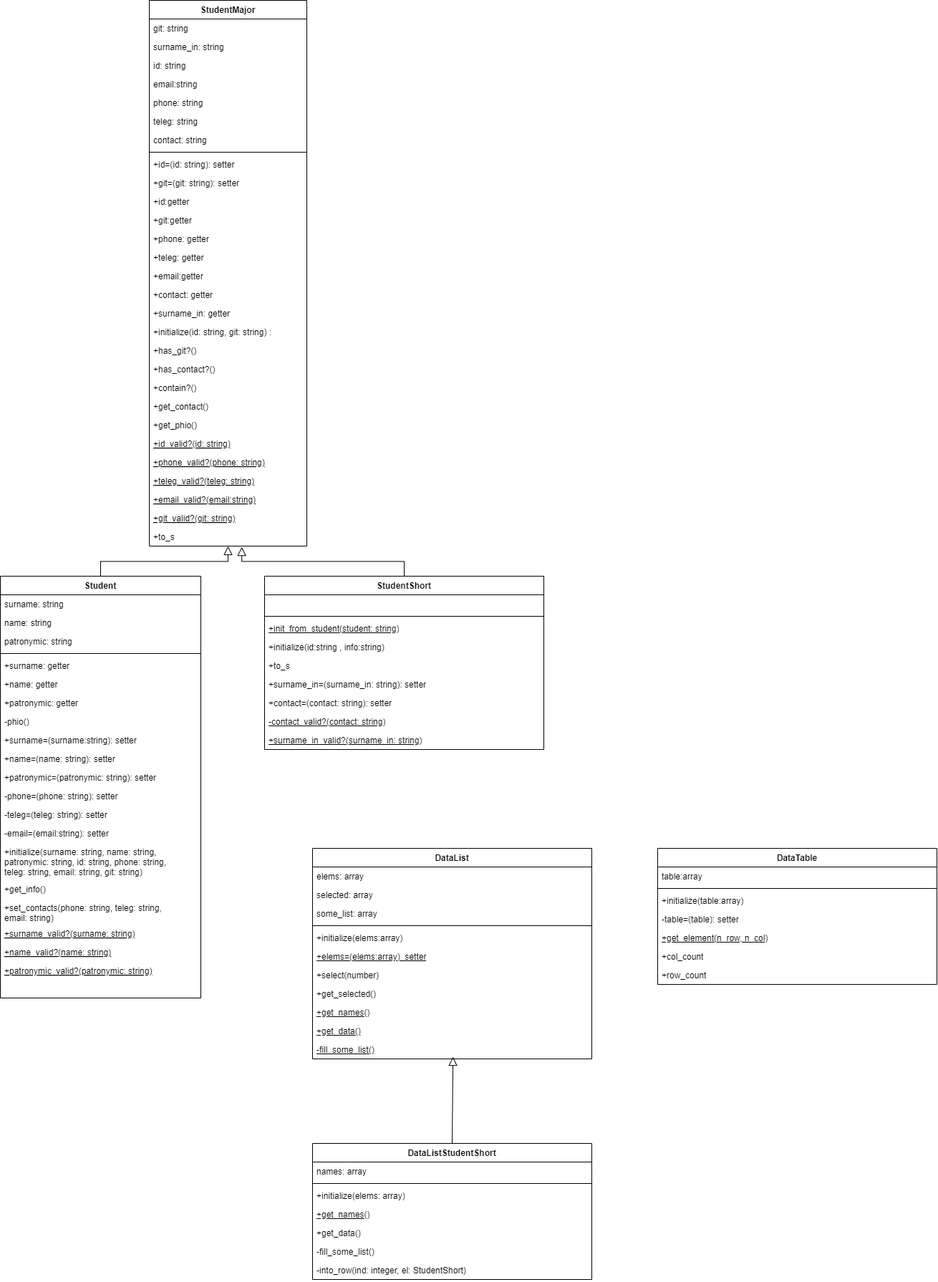
Before: Students/Диаграмма_классов_student.png, a diagram exported from draw.io (xchall/Ruby-tasks). Source tidied: cells renumbered, new cells last; positions are measured from the earlier drawing's top-left corner, leaving out a move shared by most shapes.
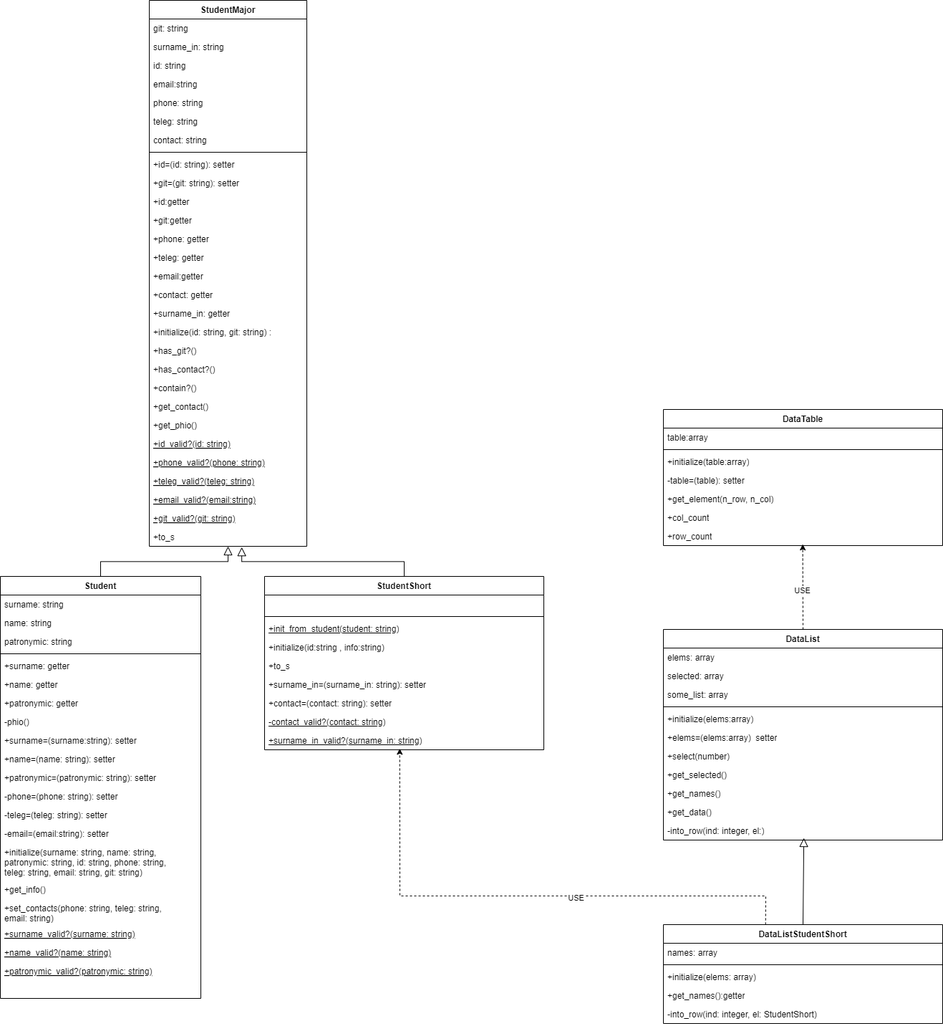
The same file after the commit.

Commit message:
Лаб4.1.10 Исправлена диаграмма классов

Change to the diagram source:
```diff
@@ -192,7 +192,7 @@
       <mxGeometry relative="1" as="geometry" />
     </mxCell>
     <mxCell id="65" value="DataTable" style="swimlane;fontStyle=1;align=center;verticalAlign=top;horizontal=1;startSize=26;whiteSpace=wrap;html=1;" parent="1" vertex="1">
-      <mxGeometry x="918" y="1184" width="390" height="190" as="geometry" />
+      <mxGeometry x="926" y="571" width="390" height="190" as="geometry" />
     </mxCell>
     <mxCell id="66" value="&lt;span style=&quot;text-wrap: nowrap;&quot;&gt;table:array&lt;/span&gt;" style="text;strokeColor=none;fillColor=none;align=left;verticalAlign=top;spacingLeft=4;spacingRight=4;overflow=hidden;whiteSpace=wrap;html=1;" parent="65" vertex="1">
       <mxGeometry y="26" width="390" height="26" as="geometry" />
@@ -206,7 +206,7 @@
     <mxCell id="69" value="-table=(table): setter" style="text;strokeColor=none;fillColor=none;align=left;verticalAlign=top;spacingLeft=4;spacingRight=4;overflow=hidden;whiteSpace=wrap;html=1;" parent="65" vertex="1">
       <mxGeometry y="86" width="390" height="26" as="geometry" />
     </mxCell>
-    <mxCell id="70" value="+get_element(n_row, n_col)" style="text;strokeColor=none;fillColor=none;align=left;verticalAlign=top;spacingLeft=4;spacingRight=4;overflow=hidden;whiteSpace=wrap;html=1;fontStyle=4;" parent="65" vertex="1">
+    <mxCell id="70" value="+get_element(n_row, n_col)" style="text;strokeColor=none;fillColor=none;align=left;verticalAlign=top;spacingLeft=4;spacingRight=4;overflow=hidden;whiteSpace=wrap;html=1;fontStyle=0;" parent="65" vertex="1">
       <mxGeometry y="112" width="390" height="26" as="geometry" />
     </mxCell>
     <mxCell id="71" value="+col_count" style="text;strokeColor=none;fillColor=none;align=left;verticalAlign=top;spacingLeft=4;spacingRight=4;overflow=hidden;whiteSpace=wrap;html=1;" parent="65" vertex="1">
@@ -216,7 +216,7 @@
       <mxGeometry y="164" width="390" height="26" as="geometry" />
     </mxCell>
     <mxCell id="73" value="DataList" style="swimlane;fontStyle=1;align=center;verticalAlign=top;horizontal=1;startSize=26;whiteSpace=wrap;html=1;" parent="1" vertex="1">
-      <mxGeometry x="436" y="1184" width="390" height="294" as="geometry" />
+      <mxGeometry x="926" y="878" width="390" height="294" as="geometry" />
     </mxCell>
     <mxCell id="74" value="&lt;span style=&quot;text-wrap: nowrap;&quot;&gt;elems: array&lt;/span&gt;" style="text;strokeColor=none;fillColor=none;align=left;verticalAlign=top;spacingLeft=4;spacingRight=4;overflow=hidden;whiteSpace=wrap;html=1;" parent="73" vertex="1">
       <mxGeometry y="26" width="390" height="26" as="geometry" />
@@ -233,7 +233,7 @@
     <mxCell id="78" value="+initialize(elems:array)" style="text;strokeColor=none;fillColor=none;align=left;verticalAlign=top;spacingLeft=4;spacingRight=4;overflow=hidden;whiteSpace=wrap;html=1;" parent="73" vertex="1">
       <mxGeometry y="112" width="390" height="26" as="geometry" />
     </mxCell>
-    <mxCell id="79" value="+elems=(elems:array)&amp;nbsp; setter" style="text;strokeColor=none;fillColor=none;align=left;verticalAlign=top;spacingLeft=4;spacingRight=4;overflow=hidden;whiteSpace=wrap;html=1;fontStyle=4;" parent="73" vertex="1">
+    <mxCell id="79" value="+elems=(elems:array)&amp;nbsp; setter" style="text;strokeColor=none;fillColor=none;align=left;verticalAlign=top;spacingLeft=4;spacingRight=4;overflow=hidden;whiteSpace=wrap;html=1;fontStyle=0;" parent="73" vertex="1">
       <mxGeometry y="138" width="390" height="26" as="geometry" />
     </mxCell>
     <mxCell id="80" value="+select(number)" style="text;strokeColor=none;fillColor=none;align=left;verticalAlign=top;spacingLeft=4;spacingRight=4;overflow=hidden;whiteSpace=wrap;html=1;" parent="73" vertex="1">
@@ -242,17 +242,17 @@
     <mxCell id="81" value="+get_selected()" style="text;strokeColor=none;fillColor=none;align=left;verticalAlign=top;spacingLeft=4;spacingRight=4;overflow=hidden;whiteSpace=wrap;html=1;" parent="73" vertex="1">
       <mxGeometry y="190" width="390" height="26" as="geometry" />
     </mxCell>
-    <mxCell id="82" value="+get_names()" style="text;strokeColor=none;fillColor=none;align=left;verticalAlign=top;spacingLeft=4;spacingRight=4;overflow=hidden;whiteSpace=wrap;html=1;fontStyle=4;" parent="73" vertex="1">
+    <mxCell id="82" value="+get_names()" style="text;strokeColor=none;fillColor=none;align=left;verticalAlign=top;spacingLeft=4;spacingRight=4;overflow=hidden;whiteSpace=wrap;html=1;fontStyle=0;" parent="73" vertex="1">
       <mxGeometry y="216" width="390" height="26" as="geometry" />
     </mxCell>
-    <mxCell id="83" value="+get_data()" style="text;strokeColor=none;fillColor=none;align=left;verticalAlign=top;spacingLeft=4;spacingRight=4;overflow=hidden;whiteSpace=wrap;html=1;fontStyle=4;" parent="73" vertex="1">
+    <mxCell id="83" value="+get_data()" style="text;strokeColor=none;fillColor=none;align=left;verticalAlign=top;spacingLeft=4;spacingRight=4;overflow=hidden;whiteSpace=wrap;html=1;fontStyle=0;" parent="73" vertex="1">
       <mxGeometry y="242" width="390" height="26" as="geometry" />
     </mxCell>
-    <mxCell id="84" value="-fill_some_list()" style="text;strokeColor=none;fillColor=none;align=left;verticalAlign=top;spacingLeft=4;spacingRight=4;overflow=hidden;points=[[0,0.5],[1,0.5]];portConstraint=eastwest;whiteSpace=wrap;html=1;fontStyle=4;" parent="73" vertex="1">
+    <mxCell id="84" value="-into_row(ind: integer, el:)" style="text;strokeColor=none;fillColor=none;align=left;verticalAlign=top;spacingLeft=4;spacingRight=4;overflow=hidden;points=[[0,0.5],[1,0.5]];portConstraint=eastwest;whiteSpace=wrap;html=1;fontStyle=0;" parent="73" vertex="1">
       <mxGeometry y="268" width="390" height="26" as="geometry" />
     </mxCell>
     <mxCell id="85" value="DataListStudentShort" style="swimlane;fontStyle=1;align=center;verticalAlign=top;horizontal=1;startSize=26;whiteSpace=wrap;html=1;" parent="1" vertex="1">
-      <mxGeometry x="436" y="1596" width="390" height="190" as="geometry" />
+      <mxGeometry x="926" y="1290" width="390" height="138" as="geometry" />
     </mxCell>
     <mxCell id="86" value="&lt;span style=&quot;text-wrap: nowrap;&quot;&gt;names: array&lt;/span&gt;" style="text;strokeColor=none;fillColor=none;align=left;verticalAlign=top;spacingLeft=4;spacingRight=4;overflow=hidden;whiteSpace=wrap;html=1;" parent="85" vertex="1">
       <mxGeometry y="26" width="390" height="26" as="geometry" />
@@ -263,20 +263,34 @@
     <mxCell id="88" value="+initialize(elems: array)" style="text;strokeColor=none;fillColor=none;align=left;verticalAlign=top;spacingLeft=4;spacingRight=4;overflow=hidden;whiteSpace=wrap;html=1;" parent="85" vertex="1">
       <mxGeometry y="60" width="390" height="26" as="geometry" />
     </mxCell>
-    <mxCell id="89" value="+get_names()" style="text;strokeColor=none;fillColor=none;align=left;verticalAlign=top;spacingLeft=4;spacingRight=4;overflow=hidden;whiteSpace=wrap;html=1;fontStyle=4;" parent="85" vertex="1">
+    <mxCell id="89" value="+get_names():getter" style="text;strokeColor=none;fillColor=none;align=left;verticalAlign=top;spacingLeft=4;spacingRight=4;overflow=hidden;whiteSpace=wrap;html=1;fontStyle=0;" parent="85" vertex="1">
       <mxGeometry y="86" width="390" height="26" as="geometry" />
     </mxCell>
-    <mxCell id="90" value="+get_data()" style="text;strokeColor=none;fillColor=none;align=left;verticalAlign=top;spacingLeft=4;spacingRight=4;overflow=hidden;whiteSpace=wrap;html=1;" parent="85" vertex="1">
-      <mxGeometry y="112" width="390" height="26" as="geometry" />
-    </mxCell>
-    <mxCell id="91" value="-fill_some_list()" style="text;strokeColor=none;fillColor=none;align=left;verticalAlign=top;spacingLeft=4;spacingRight=4;overflow=hidden;whiteSpace=wrap;html=1;" parent="85" vertex="1">
-      <mxGeometry y="138" width="390" height="26" as="geometry" />
-    </mxCell>
     <mxCell id="92" value="-into_row(ind: integer, el: StudentShort)" style="text;strokeColor=none;fillColor=none;align=left;verticalAlign=top;spacingLeft=4;spacingRight=4;overflow=hidden;whiteSpace=wrap;html=1;" parent="85" vertex="1">
-      <mxGeometry y="164" width="390" height="26" as="geometry" />
+      <mxGeometry y="112" width="390" height="26" as="geometry" />
     </mxCell>
     <mxCell id="93" style="endArrow=block;html=1;rounded=0;endFill=0;exitX=0.5;exitY=0;exitDx=0;exitDy=0;strokeWidth=1;endSize=10;entryX=0.503;entryY=0.887;entryDx=0;entryDy=0;entryPerimeter=0;" parent="1" edge="1" source="85" target="84">
       <mxGeometry relative="1" as="geometry" />
     </mxCell>
+    <mxCell id="94" style="endArrow=classic;html=1;rounded=0;exitX=0.5;exitY=0;exitDx=0;exitDy=0;entryX=0.499;entryY=0.927;entryDx=0;entryDy=0;entryPerimeter=0;dashed=1;" parent="1" edge="1" source="73" target="72">
+      <mxGeometry relative="1" as="geometry" />
+    </mxCell>
+    <mxCell id="95" value="USE" style="edgeLabel;html=1;align=center;verticalAlign=middle;" parent="94" vertex="1">
+      <mxGeometry x="-0.09" y="2" relative="1" as="geometry" />
+    </mxCell>
+    <mxCell id="96" style="endArrow=classic;html=1;rounded=0;entryX=0.484;entryY=0.934;entryDx=0;entryDy=0;entryPerimeter=0;exitX=0.366;exitY=0;exitDx=0;exitDy=0;exitPerimeter=0;dashed=1;" parent="1" edge="1" source="85" target="63">
+      <mxGeometry relative="1" as="geometry">
+        <Array as="points">
+          <mxPoint x="1069" y="1250" />
+          <mxPoint x="801" y="1250" />
+          <mxPoint x="558" y="1250" />
+        </Array>
+      </mxGeometry>
+    </mxCell>
+    <mxCell id="97" value="USE" style="edgeLabel;html=1;align=center;verticalAlign=middle;" parent="96" vertex="1">
+      <mxGeometry x="-0.33" y="-1" relative="1" as="geometry">
+        <mxPoint x="-51" y="3" as="offset" />
+      </mxGeometry>
+    </mxCell>
   </root>
 </mxGraphModel>
```
